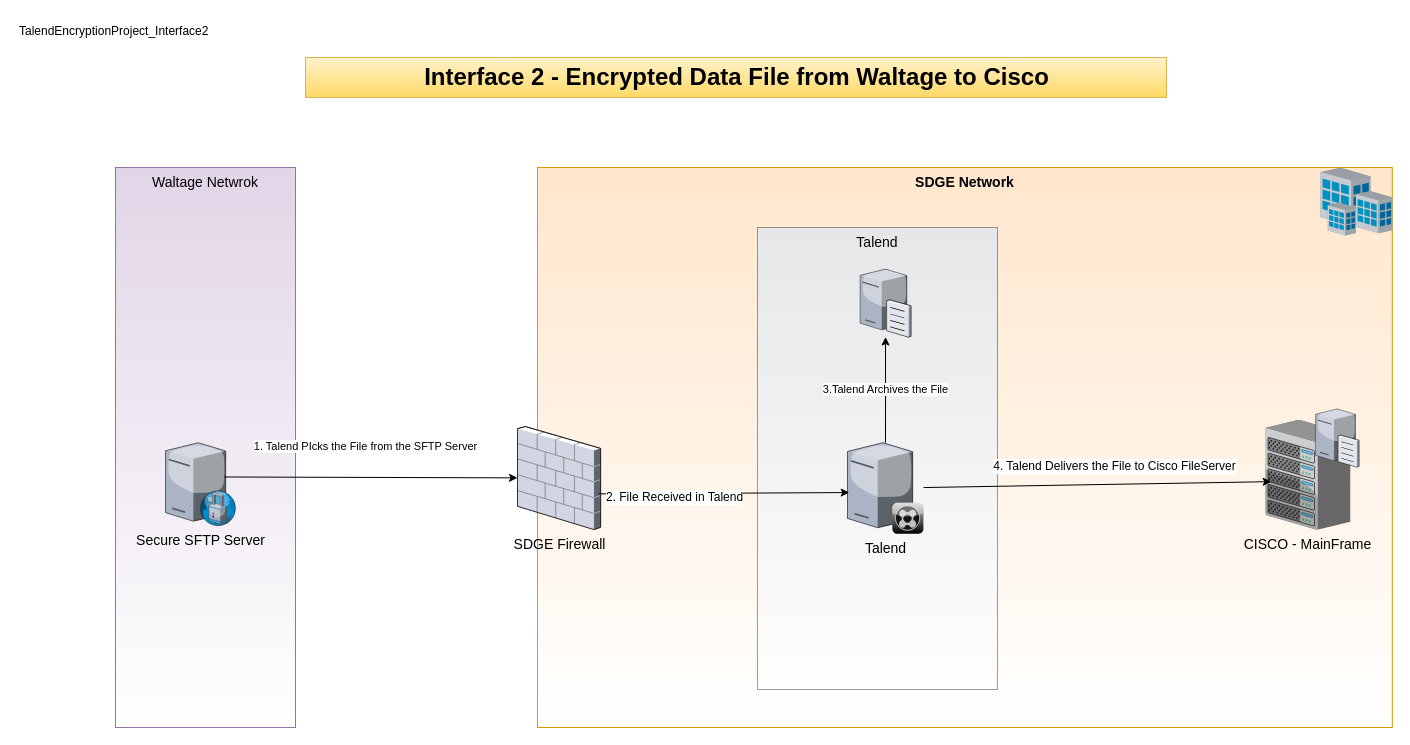
The draw.io diagram TalendEncryptionProject_Interface2.drawio in reach2nipun/IntegrationDiagrams, before the edit. Source tidied: cells renumbered, new cells numbered last; positions are measured from the earlier drawing's top-left corner, leaving out a move shared by most shapes. Both pictures are drawn from the tidied source at 100%, with x=0, y=0 at pixel (17, 17).
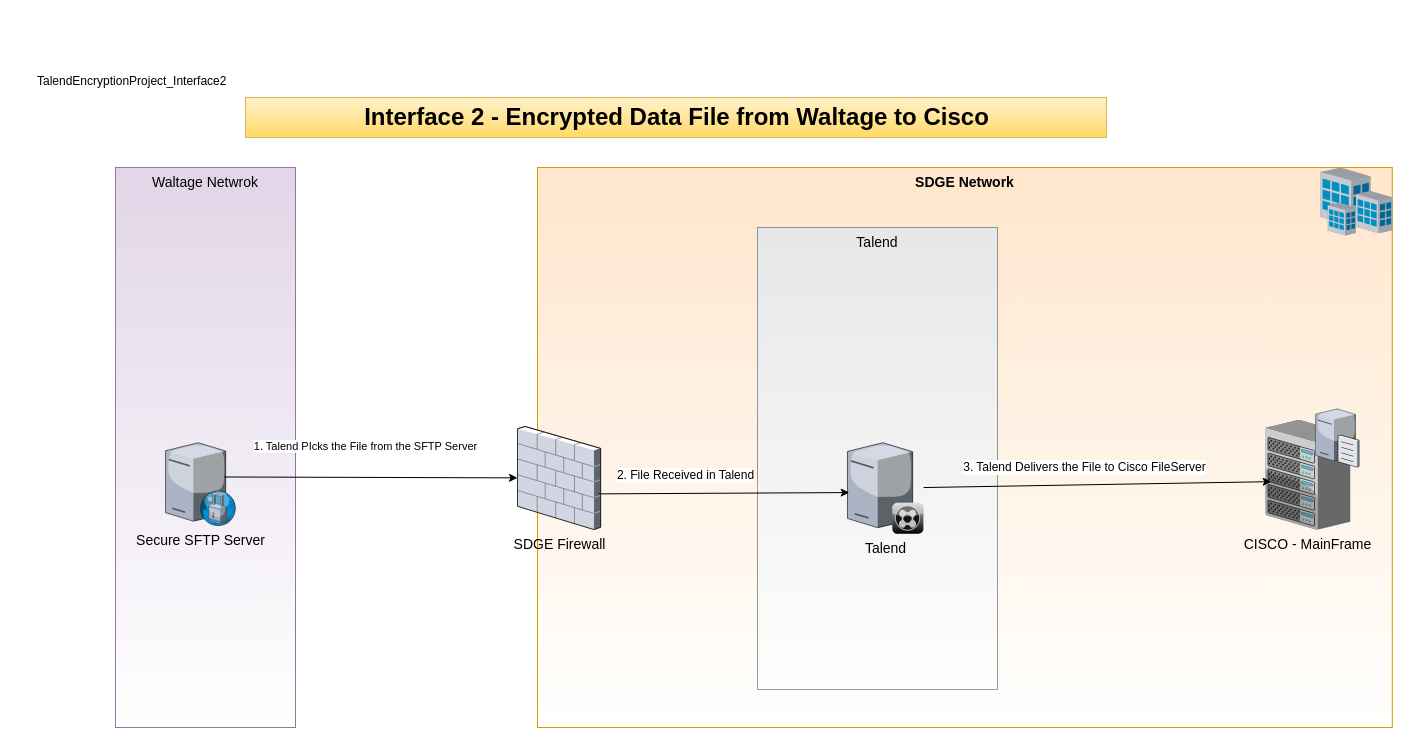
Above is the later version.

Unchanged cells that the change refers to:
```xml
<mxCell id="5" value="Talend" style="verticalLabelPosition=bottom;html=1;verticalAlign=top;strokeColor=none;shape=mxgraph.citrix.xenclient_synchronizer;fillColor=#CCCCCC;gradientColor=#000000;gradientDirection=south;fontSize=14;" parent="1" vertex="1">
  <mxGeometry x="830" y="425.2" width="76" height="91" as="geometry" />
</mxCell>
<mxCell id="13" style="endArrow=classic;html=1;exitX=0.976;exitY=0.654;exitDx=0;exitDy=0;exitPerimeter=0;entryX=0.023;entryY=0.548;entryDx=0;entryDy=0;entryPerimeter=0;" parent="1" edge="1" source="7" target="5">
  <mxGeometry relative="1" as="geometry" />
</mxCell>
<mxCell id="15" style="endArrow=classic;html=1;entryX=0.068;entryY=0.563;entryDx=0;entryDy=0;entryPerimeter=0;" parent="1" edge="1" source="5" target="6">
  <mxGeometry relative="1" as="geometry" />
</mxCell>
```

Change to the diagram source:
```diff
@@
     <mxCell id="10" value="Interface&amp;nbsp;2 - Encrypted Data File from Waltage to Cisco" style="text;strokeColor=#d6b656;fillColor=#fff2cc;html=1;fontSize=24;fontStyle=1;verticalAlign=middle;align=center;gradientColor=#ffd966;" parent="1" vertex="1">
-      <mxGeometry x="288" y="40" width="861" height="40" as="geometry" />
+      <mxGeometry x="228" y="80" width="861" height="40" as="geometry" />
     </mxCell>
-    <mxCell id="11" style="verticalLabelPosition=bottom;html=1;verticalAlign=top;strokeColor=none;align=center;outlineConnect=0;shape=mxgraph.citrix.file_server;" parent="1" vertex="1">
-      <mxGeometry x="842.6" y="250" width="50.9" height="69.5" as="geometry" />
-    </mxCell>
     <mxCell id="12" value="TalendEncryptionProject_Interface2" style="text;html=1;" parent="1" vertex="1">
-      <mxGeometry width="210" height="30" as="geometry" />
+      <mxGeometry x="18" y="50" width="210" height="30" as="geometry" />
     </mxCell>
@@
     <mxCell id="14" value="2. File Received in Talend" style="text;html=1;align=center;verticalAlign=middle;labelBackgroundColor=#ffffff;" parent="13" vertex="1">
       <mxGeometry x="-0.39" y="-4" relative="1" as="geometry">
-        <mxPoint x="-1" as="offset" />
+        <mxPoint x="9.9" y="-22.7" as="offset" />
       </mxGeometry>
     </mxCell>
@@
-    <mxCell id="16" value="4. Talend Delivers the File to Cisco FileServer" style="text;html=1;align=center;verticalAlign=middle;labelBackgroundColor=#ffffff;" parent="15" vertex="1">
+    <mxCell id="16" value="3. Talend Delivers the File to Cisco FileServer" style="text;html=1;align=center;verticalAlign=middle;labelBackgroundColor=#ffffff;" parent="15" vertex="1">
       <mxGeometry x="0.1" y="-1" relative="1" as="geometry">
-        <mxPoint y="-19.4" as="offset" />
+        <mxPoint x="-30" y="-18.3" as="offset" />
       </mxGeometry>
     </mxCell>
@@
-    <mxCell id="18" value="3.Talend Archives the File" style="endArrow=classic;html=1;" parent="1" edge="1" source="5" target="11">
-      <mxGeometry relative="1" as="geometry" />
-    </mxCell>
```
